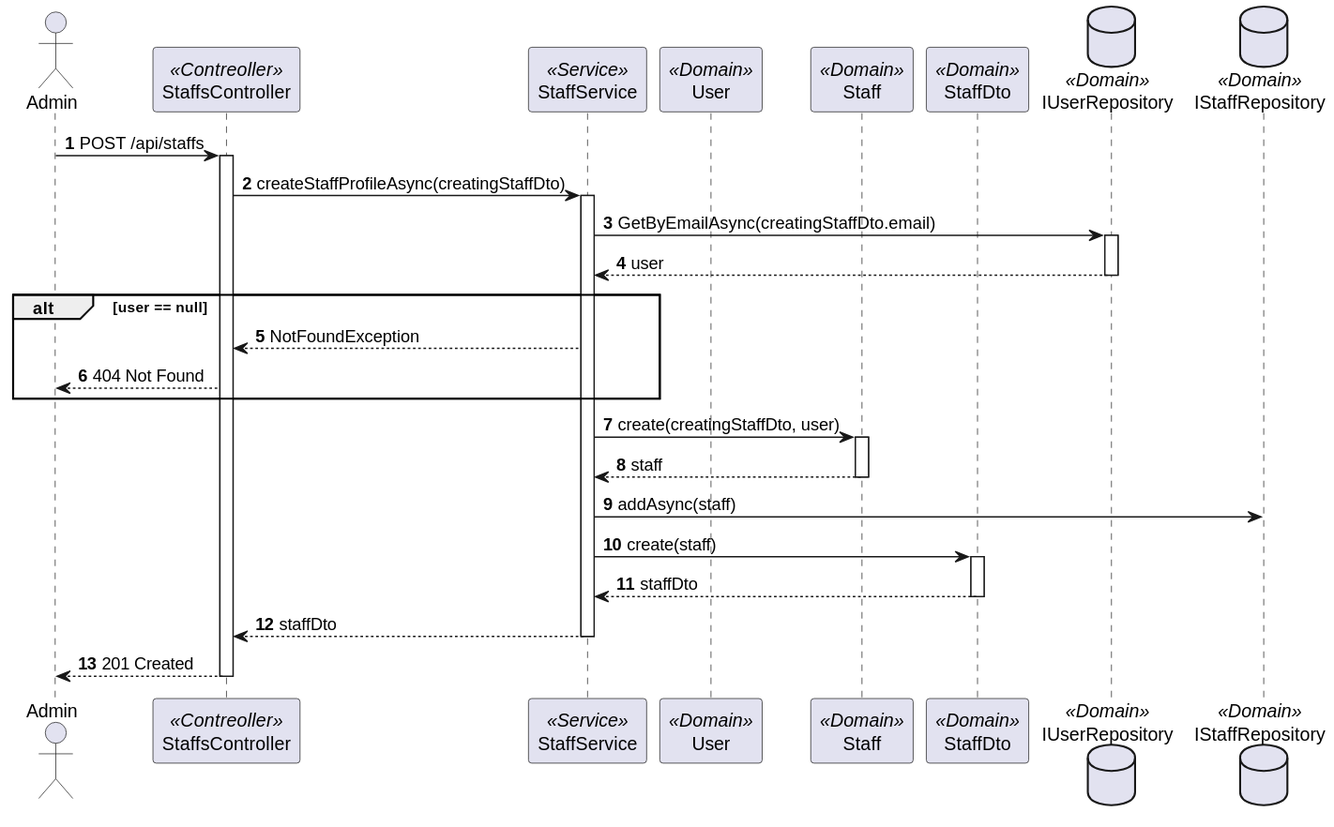
This is docs/sprint-a/us-5.1.12/views/level3/process-view-2.svg from 1220846/sem5pi-24-25-3ddg20, a PlantUML export, as it was before one commit.
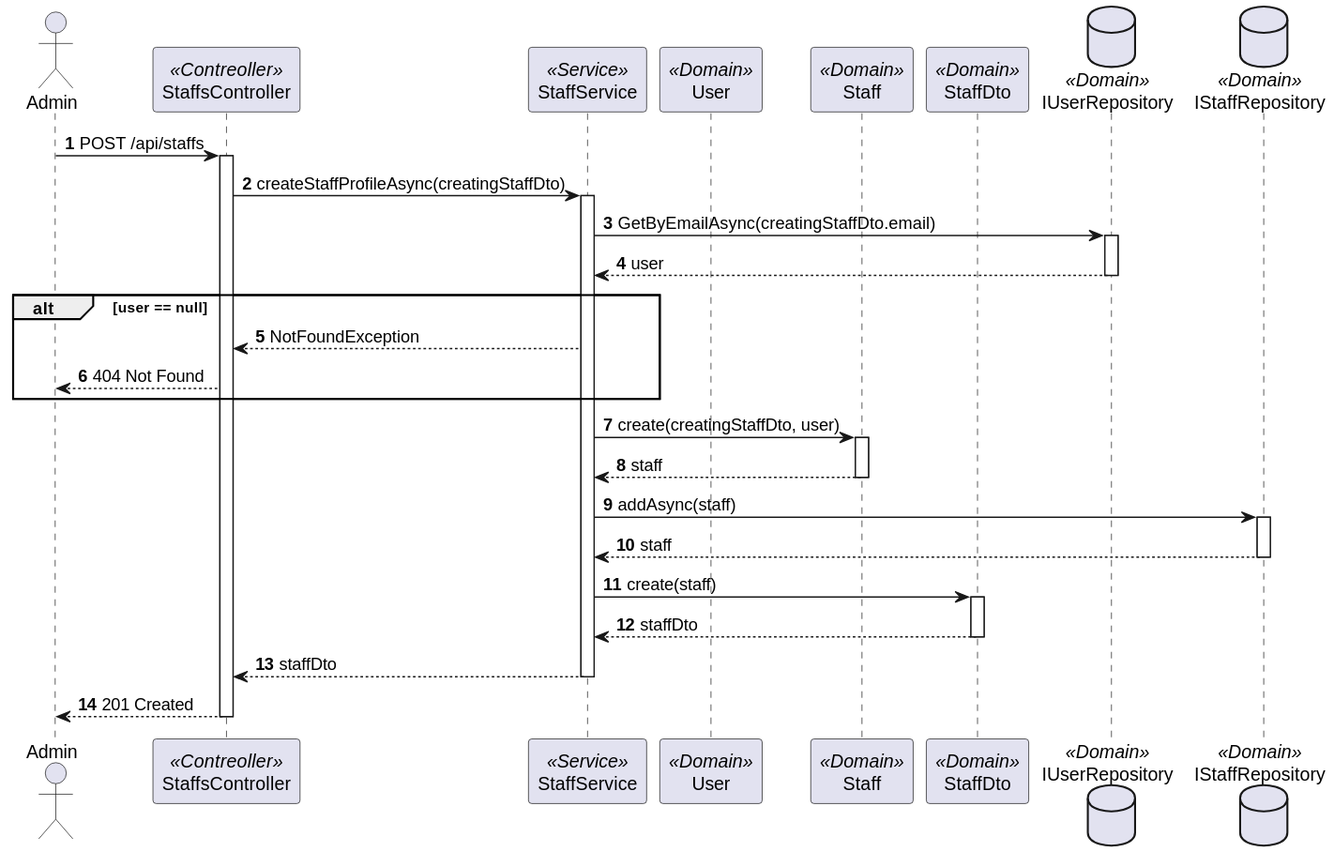
After the commit.

Change to the diagram source:
```diff
@@ -28,6 +28,9 @@
             Staff --> Service : staff
         deactivate Staff
         Service -> StaffRepository : addAsync(staff)
+        activate StaffRepository
+            StaffRepository --> Service : staff
+        deactivate StaffRepository
         Service -> StaffDto : create(staff)
         activate StaffDto
             StaffDto --> Service : staffDto
```
